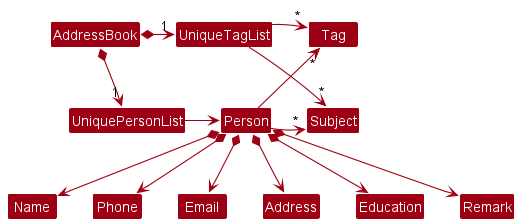
Above: docs/images/BetterModelClassDiagram.png in nus-cs2103-AY2223S2/tp (PlantUML), before the change.
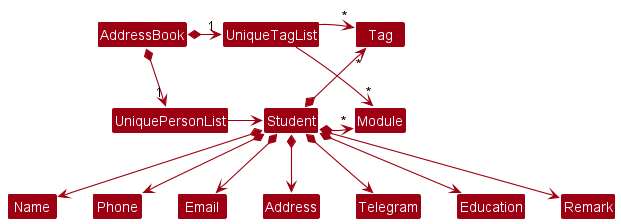
Later version of the same file.

Change to the diagram source:
```diff
@@ -8,24 +8,25 @@
 AddressBook *-right-> "1" UniqueTagList
 UniqueTagList -[hidden]down- UniquePersonList
 UniqueTagList -[hidden]down- UniquePersonList
-UniqueTagList -[hidden]down- Subject
+UniqueTagList -[hidden]down- Module
 UniqueTagList -[hidden]down- Tag
-Tag -[hidden]right- Subject
+Tag -[hidden]right- Module
 
 UniqueTagList -right-> "*" Tag
-UniqueTagList -down-> "*" Subject
-UniquePersonList -right-> Person
+UniqueTagList -down-> "*" Module
+UniquePersonList -right-> Student
 
-Person -up-> "*" Tag
-Person -up-> "*" Subject
-Person -[hidden]right-> Subject
-Person -[hidden]up-> Subject
+Student *-up-> "*" Tag
+Student *-up-> "*" Module
+Student -[hidden]right-> Module
+Student -[hidden]up-> Module
 
-Person *--> Name
-Person *--> Phone
-Person *--> Email
-Person *--> Address
-Person *--> Education
-Person *--> Remark
+Student *--> Name
+Student *--> Phone
+Student *--> Email
+Student *--> Address
+Student *--> Telegram
+Student *--> Education
+Student *--> Remark
 
 @enduml
```
